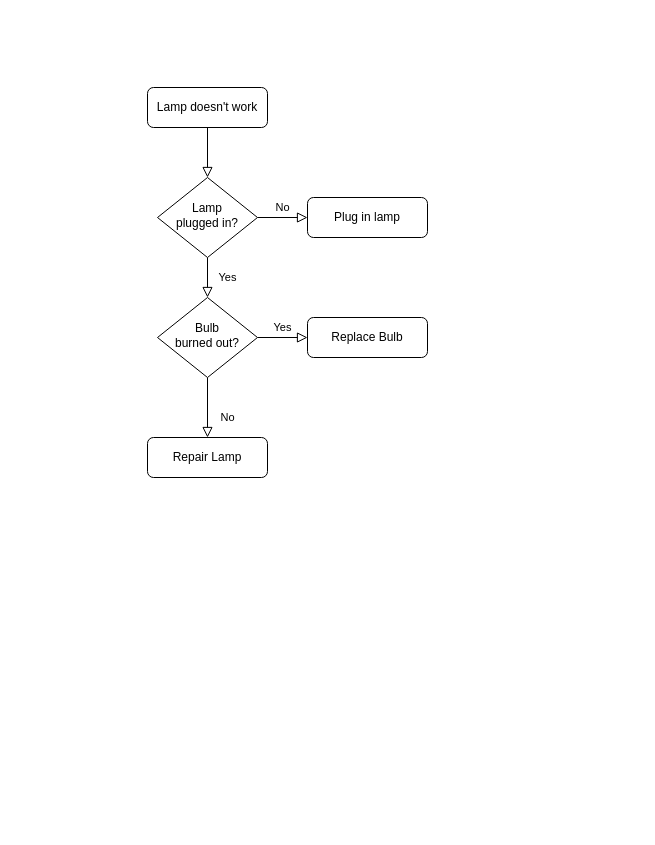
The draw.io diagram Untitled Diagram.drawio in Thopc/100-Days-Of-Code, before the edit. Source tidied: cells renumbered, new cells numbered last; positions are measured from the earlier drawing's top-left corner, leaving out a move shared by most shapes. Both pictures are drawn from the tidied source at 100%, with x=0, y=0 at pixel (147, 87).
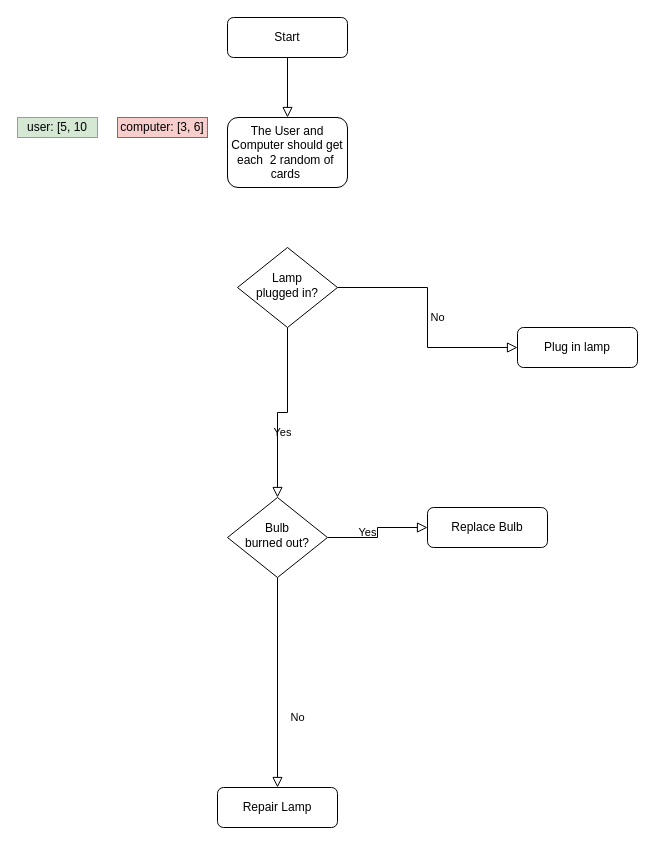
The same page after the edit.

Diff of the diagram source:
```diff
@@
 <mxGraphModel>
   <root>
     <mxCell id="0" />
     <mxCell id="1" parent="0" />
-    <mxCell id="2" style="rounded=0;html=1;jettySize=auto;fontSize=11;endArrow=block;endFill=0;endSize=8;strokeWidth=1;shadow=0;labelBackgroundColor=none;edgeStyle=orthogonalEdgeStyle;" parent="1" edge="1" source="3" target="6">
+    <mxCell id="2" style="rounded=0;html=1;jettySize=auto;fontSize=11;endArrow=block;endFill=0;endSize=8;strokeWidth=1;shadow=0;labelBackgroundColor=none;edgeStyle=orthogonalEdgeStyle;entryX=0.5;entryY=0;entryDx=0;entryDy=0;" parent="1" edge="1" source="3" target="13">
       <mxGeometry relative="1" as="geometry" />
     </mxCell>
-    <mxCell id="3" value="Lamp doesn't work" style="rounded=1;whiteSpace=wrap;html=1;fontSize=12;glass=0;strokeWidth=1;shadow=0;" parent="1" vertex="1">
-      <mxGeometry width="120" height="40" as="geometry" />
+    <mxCell id="3" value="&lt;span id=&quot;selected_text&quot;&gt;&lt;/span&gt;Start" style="rounded=1;whiteSpace=wrap;html=1;fontSize=12;glass=0;strokeWidth=1;shadow=0;" parent="1" vertex="1">
+      <mxGeometry x="80" y="-70" width="120" height="40" as="geometry" />
     </mxCell>
     <mxCell id="4" value="Yes" style="rounded=0;html=1;jettySize=auto;fontSize=11;endArrow=block;endFill=0;endSize=8;strokeWidth=1;shadow=0;labelBackgroundColor=none;edgeStyle=orthogonalEdgeStyle;" parent="1" edge="1" source="6" target="10">
       <mxGeometry y="20" relative="1" as="geometry" />
     </mxCell>
     <mxCell id="5" value="No" style="edgeStyle=orthogonalEdgeStyle;rounded=0;html=1;jettySize=auto;fontSize=11;endArrow=block;endFill=0;endSize=8;strokeWidth=1;shadow=0;labelBackgroundColor=none;" parent="1" edge="1" source="6" target="7">
       <mxGeometry y="10" relative="1" as="geometry" />
     </mxCell>
     <mxCell id="6" value="Lamp&lt;br&gt;plugged in?" style="rhombus;whiteSpace=wrap;html=1;shadow=0;fontFamily=Helvetica;fontSize=12;align=center;strokeWidth=1;spacing=6;spacingTop=-4;" parent="1" vertex="1">
-      <mxGeometry x="10" y="90" width="100" height="80" as="geometry" />
+      <mxGeometry x="90" y="160" width="100" height="80" as="geometry" />
     </mxCell>
     <mxCell id="7" value="Plug in lamp" style="rounded=1;whiteSpace=wrap;html=1;fontSize=12;glass=0;strokeWidth=1;shadow=0;" parent="1" vertex="1">
-      <mxGeometry x="160" y="110" width="120" height="40" as="geometry" />
+      <mxGeometry x="370" y="240" width="120" height="40" as="geometry" />
     </mxCell>
     <mxCell id="8" value="No" style="rounded=0;html=1;jettySize=auto;fontSize=11;endArrow=block;endFill=0;endSize=8;strokeWidth=1;shadow=0;labelBackgroundColor=none;edgeStyle=orthogonalEdgeStyle;" parent="1" edge="1" source="10" target="11">
       <mxGeometry x="0.33" y="20" relative="1" as="geometry" />
     </mxCell>
     <mxCell id="9" value="Yes" style="edgeStyle=orthogonalEdgeStyle;rounded=0;html=1;jettySize=auto;fontSize=11;endArrow=block;endFill=0;endSize=8;strokeWidth=1;shadow=0;labelBackgroundColor=none;" parent="1" edge="1" source="10" target="12">
       <mxGeometry y="10" relative="1" as="geometry" />
     </mxCell>
     <mxCell id="10" value="Bulb&lt;br&gt;burned out?" style="rhombus;whiteSpace=wrap;html=1;shadow=0;fontFamily=Helvetica;fontSize=12;align=center;strokeWidth=1;spacing=6;spacingTop=-4;" parent="1" vertex="1">
-      <mxGeometry x="10" y="210" width="100" height="80" as="geometry" />
+      <mxGeometry x="80" y="410" width="100" height="80" as="geometry" />
     </mxCell>
     <mxCell id="11" value="Repair Lamp" style="rounded=1;whiteSpace=wrap;html=1;fontSize=12;glass=0;strokeWidth=1;shadow=0;" parent="1" vertex="1">
-      <mxGeometry y="350" width="120" height="40" as="geometry" />
+      <mxGeometry x="70" y="700" width="120" height="40" as="geometry" />
     </mxCell>
     <mxCell id="12" value="Replace Bulb" style="rounded=1;whiteSpace=wrap;html=1;fontSize=12;glass=0;strokeWidth=1;shadow=0;" parent="1" vertex="1">
-      <mxGeometry x="160" y="230" width="120" height="40" as="geometry" />
+      <mxGeometry x="280" y="420" width="120" height="40" as="geometry" />
     </mxCell>
+    <mxCell id="13" value="The User and Computer should get each&amp;nbsp; 2 random of&amp;nbsp; cards&amp;nbsp;" style="rounded=1;whiteSpace=wrap;html=1;fontSize=12;glass=0;strokeWidth=1;shadow=0;" parent="1" vertex="1">
+      <mxGeometry x="80" y="30" width="120" height="70" as="geometry" />
+    </mxCell>
+    <mxCell id="14" value="&lt;span id=&quot;selected_text&quot;&gt;&lt;/span&gt;user: [5, 10" style="text;html=1;strokeColor=#82b366;fillColor=#d5e8d4;align=center;verticalAlign=middle;whiteSpace=wrap;rounded=0;" parent="1" vertex="1">
+      <mxGeometry x="-130" y="30" width="80" height="20" as="geometry" />
+    </mxCell>
+    <mxCell id="15" value="&lt;span id=&quot;selected_text&quot;&gt;&lt;/span&gt;computer: [3, 6]" style="text;html=1;strokeColor=#b85450;fillColor=#f8cecc;align=center;verticalAlign=middle;whiteSpace=wrap;rounded=0;" parent="1" vertex="1">
+      <mxGeometry x="-30" y="30" width="90" height="20" as="geometry" />
+    </mxCell>
   </root>
 </mxGraphModel>
```
